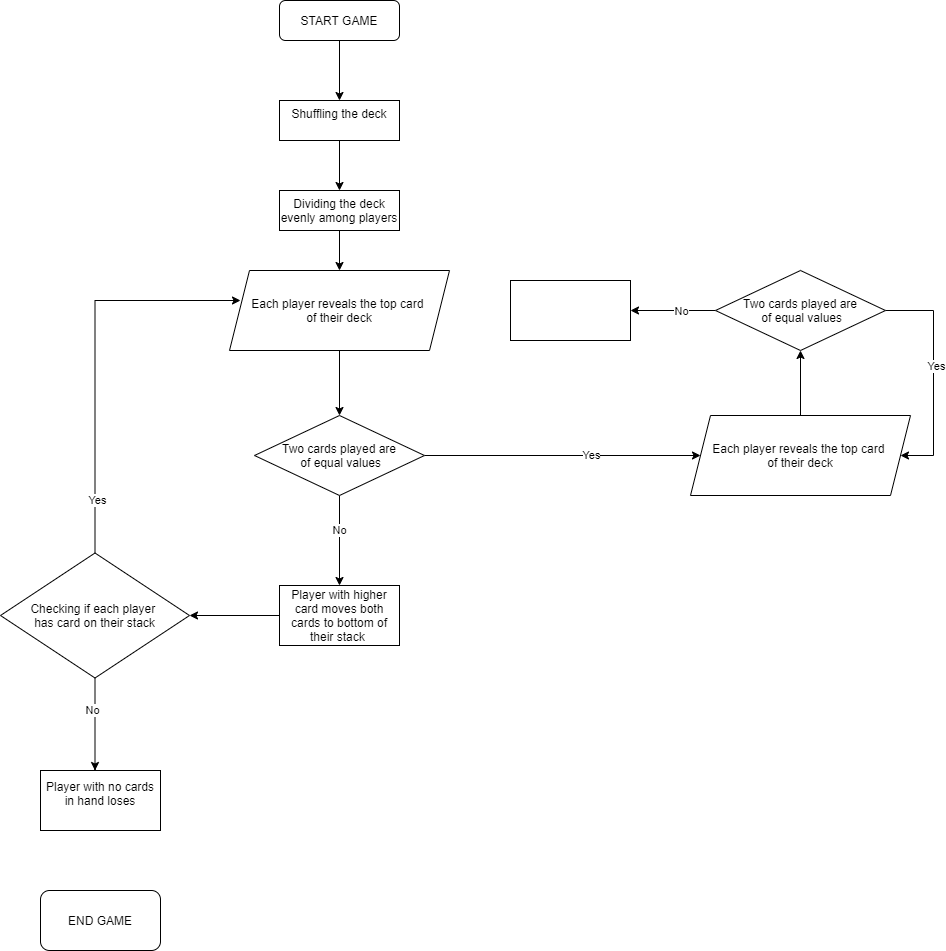
Szymon-Skazinski/CHARTS keeps this draw.io diagram as war_flowchart.png. Above is the earlier version. Source tidied: cells renumbered, new cells last; positions are measured from the earlier drawing's top-left corner, leaving out a move shared by most shapes.
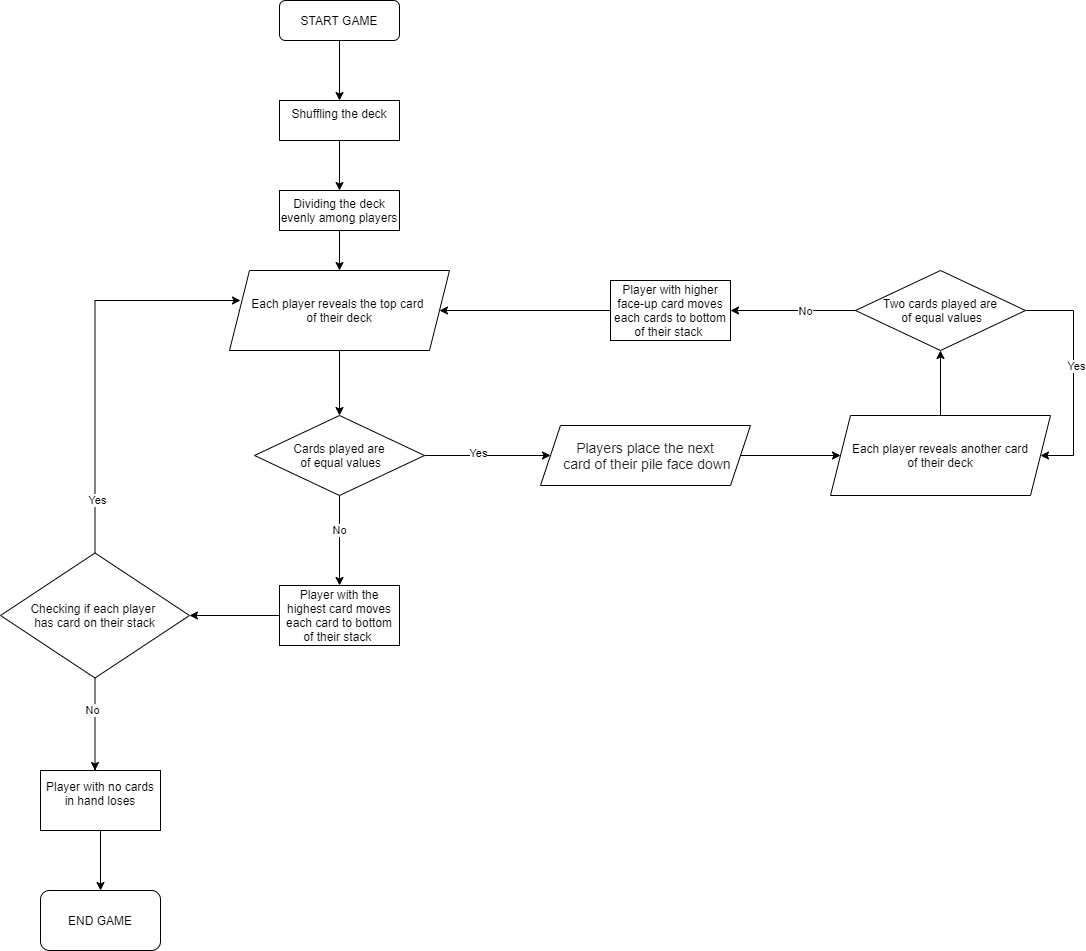
After the commit.

Change to the diagram source:
```diff
@@ -29,34 +29,32 @@
     <mxCell id="10" value="Each player reveals the top card &lt;br&gt;of their deck" style="shape=parallelogram;perimeter=parallelogramPerimeter;whiteSpace=wrap;html=1;fixedSize=1;rounded=0;shadow=0;strokeWidth=1;glass=0;" parent="1" vertex="1">
       <mxGeometry x="229" y="270" width="220" height="80" as="geometry" />
     </mxCell>
-    <mxCell id="11" style="edgeStyle=orthogonalEdgeStyle;rounded=0;jettySize=auto;html=1;entryX=0;entryY=0.5;entryDx=0;entryDy=0;" parent="1" edge="1" source="15" target="19">
-      <mxGeometry relative="1" as="geometry" />
-    </mxCell>
-    <mxCell id="12" value="Yes" style="edgeLabel;html=1;align=center;verticalAlign=middle;" parent="11" vertex="1">
-      <mxGeometry x="0.32" y="3" relative="1" as="geometry">
-        <mxPoint x="-15.7" y="3" as="offset" />
-      </mxGeometry>
-    </mxCell>
     <mxCell id="13" style="edgeStyle=orthogonalEdgeStyle;rounded=0;jettySize=auto;html=1;" parent="1" edge="1" source="15" target="17">
       <mxGeometry relative="1" as="geometry" />
     </mxCell>
     <mxCell id="14" value="No" style="edgeLabel;html=1;align=center;verticalAlign=middle;" parent="13" vertex="1">
       <mxGeometry x="-0.21" relative="1" as="geometry" />
     </mxCell>
+    <mxCell id="32" style="edgeStyle=orthogonalEdgeStyle;rounded=0;jettySize=auto;html=1;" parent="1" edge="1" source="15" target="36">
+      <mxGeometry relative="1" as="geometry" />
+    </mxCell>
+    <mxCell id="12" value="Yes" style="edgeLabel;html=1;align=center;verticalAlign=middle;" parent="32" vertex="1">
+      <mxGeometry x="-0.15" y="2" relative="1" as="geometry" />
+    </mxCell>
-    <mxCell id="15" value="Two cards played are&lt;br&gt;&amp;nbsp;of equal values" style="rhombus;whiteSpace=wrap;html=1;rounded=0;shadow=0;strokeWidth=1;glass=0;" parent="1" vertex="1">
+    <mxCell id="15" value="Cards played are&lt;br&gt;&amp;nbsp;of equal values" style="rhombus;whiteSpace=wrap;html=1;rounded=0;shadow=0;strokeWidth=1;glass=0;" parent="1" vertex="1">
       <mxGeometry x="254" y="415" width="170" height="80" as="geometry" />
     </mxCell>
     <mxCell id="16" style="edgeStyle=orthogonalEdgeStyle;rounded=0;jettySize=auto;html=1;" parent="1" edge="1" source="17" target="24">
       <mxGeometry relative="1" as="geometry" />
     </mxCell>
-    <mxCell id="17" value="Player with higher card moves both cards to bottom of their stack&amp;nbsp;" style="whiteSpace=wrap;html=1;rounded=0;shadow=0;strokeWidth=1;glass=0;" parent="1" vertex="1">
+    <mxCell id="17" value="Player with the highest card moves each card to bottom of their stack&amp;nbsp;" style="whiteSpace=wrap;html=1;rounded=0;shadow=0;strokeWidth=1;glass=0;" parent="1" vertex="1">
       <mxGeometry x="279" y="585" width="120" height="60" as="geometry" />
     </mxCell>
     <mxCell id="18" style="edgeStyle=orthogonalEdgeStyle;rounded=0;jettySize=auto;html=1;" parent="1" edge="1" source="19" target="30">
       <mxGeometry relative="1" as="geometry" />
     </mxCell>
-    <mxCell id="19" value="Each player reveals the top card &lt;br&gt;of their deck" style="shape=parallelogram;perimeter=parallelogramPerimeter;whiteSpace=wrap;html=1;fixedSize=1;rounded=0;shadow=0;strokeWidth=1;glass=0;" parent="1" vertex="1">
-      <mxGeometry x="690" y="415" width="220" height="80" as="geometry" />
+    <mxCell id="19" value="Each player reveals another card&lt;br&gt;of their deck" style="shape=parallelogram;perimeter=parallelogramPerimeter;whiteSpace=wrap;html=1;fixedSize=1;rounded=0;shadow=0;strokeWidth=1;glass=0;" parent="1" vertex="1">
+      <mxGeometry x="830" y="415" width="220" height="80" as="geometry" />
     </mxCell>
     <mxCell id="20" style="edgeStyle=orthogonalEdgeStyle;rounded=0;jettySize=auto;html=1;" parent="1" edge="1" source="24" target="25">
       <mxGeometry relative="1" as="geometry">
@@ -82,14 +80,17 @@
     <mxCell id="24" value="Checking if each player &lt;br&gt;has card on their stack" style="rhombus;whiteSpace=wrap;html=1;rounded=0;shadow=0;strokeWidth=1;glass=0;" parent="1" vertex="1">
       <mxGeometry y="552.5" width="189" height="125" as="geometry" />
     </mxCell>
+    <mxCell id="33" style="edgeStyle=orthogonalEdgeStyle;rounded=0;jettySize=auto;html=1;" parent="1" edge="1" source="25" target="4">
+      <mxGeometry relative="1" as="geometry" />
+    </mxCell>
     <mxCell id="25" value="&lt;div&gt;Player with no cards in hand loses&lt;/div&gt;&lt;div&gt;&lt;br&gt;&lt;/div&gt;" style="whiteSpace=wrap;html=1;rounded=0;shadow=0;strokeWidth=1;glass=0;" parent="1" vertex="1">
       <mxGeometry x="40" y="770" width="120" height="60" as="geometry" />
     </mxCell>
     <mxCell id="26" style="edgeStyle=orthogonalEdgeStyle;rounded=0;jettySize=auto;html=1;entryX=1;entryY=0.5;entryDx=0;entryDy=0;" parent="1" edge="1" source="30" target="19">
       <mxGeometry relative="1" as="geometry">
         <Array as="points">
-          <mxPoint x="933" y="310" />
-          <mxPoint x="933" y="455" />
+          <mxPoint x="1073" y="310" />
+          <mxPoint x="1073" y="455" />
         </Array>
       </mxGeometry>
     </mxCell>
@@ -103,10 +104,19 @@
       <mxGeometry x="-0.2" y="1" relative="1" as="geometry" />
     </mxCell>
     <mxCell id="30" value="Two cards played are&lt;br&gt;&amp;nbsp;of equal values" style="rhombus;whiteSpace=wrap;html=1;rounded=0;shadow=0;strokeWidth=1;glass=0;" parent="1" vertex="1">
-      <mxGeometry x="715" y="270" width="170" height="80" as="geometry" />
+      <mxGeometry x="855" y="270" width="170" height="80" as="geometry" />
     </mxCell>
+    <mxCell id="34" style="edgeStyle=orthogonalEdgeStyle;rounded=0;jettySize=auto;html=1;" parent="1" edge="1" source="31" target="10">
+      <mxGeometry relative="1" as="geometry" />
+    </mxCell>
-    <mxCell id="31" style="whiteSpace=wrap;html=1;rounded=0;shadow=0;strokeWidth=1;glass=0;" parent="1" vertex="1">
-      <mxGeometry x="510" y="280" width="120" height="60" as="geometry" />
+    <mxCell id="31" value="&lt;span&gt;Player with higher face-up card moves each cards to bottom of their stack&amp;nbsp;&lt;/span&gt;" style="whiteSpace=wrap;html=1;rounded=0;shadow=0;strokeWidth=1;glass=0;" parent="1" vertex="1">
+      <mxGeometry x="610" y="280" width="120" height="60" as="geometry" />
     </mxCell>
+    <mxCell id="35" style="edgeStyle=orthogonalEdgeStyle;rounded=0;jettySize=auto;html=1;entryX=0;entryY=0.5;entryDx=0;entryDy=0;" parent="1" edge="1" source="36" target="19">
+      <mxGeometry relative="1" as="geometry" />
+    </mxCell>
+    <mxCell id="36" value="&lt;span style=&quot;color: rgb(32 , 33 , 34) ; font-family: sans-serif ; font-size: 14px ; background-color: rgb(255 , 255 , 255)&quot;&gt;Players place the next&lt;br&gt;&amp;nbsp;card of their pile face down&lt;/span&gt;" style="shape=parallelogram;perimeter=parallelogramPerimeter;whiteSpace=wrap;html=1;fixedSize=1;rounded=0;shadow=0;strokeWidth=1;glass=0;" parent="1" vertex="1">
+      <mxGeometry x="540" y="425" width="210" height="60" as="geometry" />
+    </mxCell>
   </root>
 </mxGraphModel>
```
